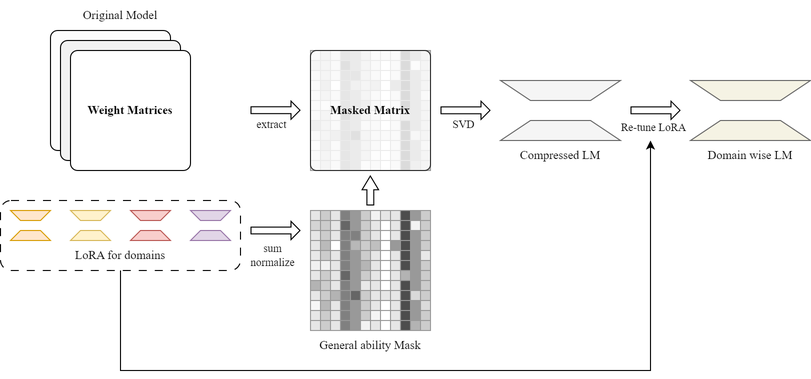
Above: docs/pic/algorithm.drawio.png in polarispw/MSBD5014-IP (draw.io), before the change. Source tidied: cells renumbered, new cells last; positions are measured from the earlier drawing's top-left corner, leaving out a move shared by most shapes.
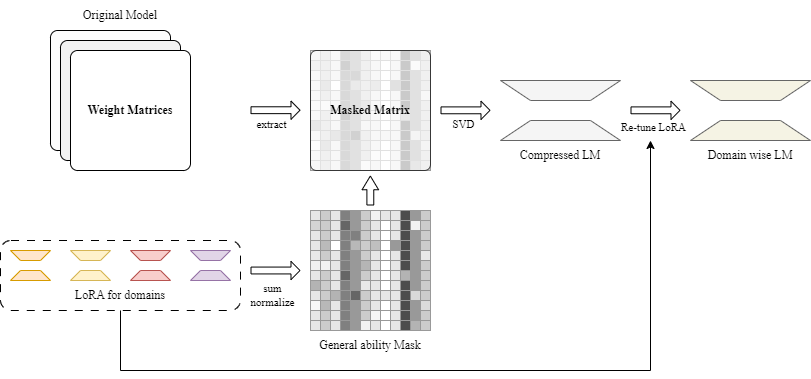
The same file after the commit.

The edit, as a diff of the source:
```diff
@@ -13,7 +13,7 @@
       </mxGeometry>
     </mxCell>
     <mxCell id="3" style="rounded=1;whiteSpace=wrap;html=1;dashed=1;dashPattern=8 8;fillColor=none;" parent="1" vertex="1">
-      <mxGeometry y="200" width="240" height="70" as="geometry" />
+      <mxGeometry y="240" width="240" height="70" as="geometry" />
     </mxCell>
     <mxCell id="4" style="group;" parent="1" vertex="1">
       <mxGeometry x="310" y="50" width="120" height="120" as="geometry" />
@@ -490,36 +490,36 @@
       <mxGeometry x="50" y="30" width="120" height="120" as="geometry" />
     </mxCell>
     <mxCell id="162" style="shape=trapezoid;perimeter=trapezoidPerimeter;whiteSpace=wrap;html=1;fixedSize=1;size=10;fillColor=#ffe6cc;strokeColor=#d79b00;" parent="1" vertex="1">
-      <mxGeometry x="10" y="230" width="40" height="10" as="geometry" />
+      <mxGeometry x="10" y="270" width="40" height="10" as="geometry" />
     </mxCell>
     <mxCell id="163" style="shape=trapezoid;perimeter=trapezoidPerimeter;whiteSpace=wrap;html=1;fixedSize=1;size=10;rotation=-180;fillColor=#ffe6cc;strokeColor=#d79b00;" parent="1" vertex="1">
-      <mxGeometry x="10" y="210" width="40" height="10" as="geometry" />
+      <mxGeometry x="10" y="250" width="40" height="10" as="geometry" />
     </mxCell>
     <mxCell id="164" style="shape=trapezoid;perimeter=trapezoidPerimeter;whiteSpace=wrap;html=1;fixedSize=1;size=10;fillColor=#fff2cc;strokeColor=#d6b656;" parent="1" vertex="1">
-      <mxGeometry x="70" y="230" width="40" height="10" as="geometry" />
+      <mxGeometry x="70" y="270" width="40" height="10" as="geometry" />
     </mxCell>
     <mxCell id="165" style="shape=trapezoid;perimeter=trapezoidPerimeter;whiteSpace=wrap;html=1;fixedSize=1;size=10;rotation=-180;fillColor=#fff2cc;strokeColor=#d6b656;" parent="1" vertex="1">
-      <mxGeometry x="70" y="210" width="40" height="10" as="geometry" />
+      <mxGeometry x="70" y="250" width="40" height="10" as="geometry" />
     </mxCell>
     <mxCell id="166" style="shape=trapezoid;perimeter=trapezoidPerimeter;whiteSpace=wrap;html=1;fixedSize=1;size=10;fillColor=#f8cecc;strokeColor=#b85450;" parent="1" vertex="1">
-      <mxGeometry x="130" y="230" width="40" height="10" as="geometry" />
+      <mxGeometry x="130" y="270" width="40" height="10" as="geometry" />
     </mxCell>
     <mxCell id="167" style="shape=trapezoid;perimeter=trapezoidPerimeter;whiteSpace=wrap;html=1;fixedSize=1;size=10;rotation=-180;fillColor=#f8cecc;strokeColor=#b85450;" parent="1" vertex="1">
-      <mxGeometry x="130" y="210" width="40" height="10" as="geometry" />
+      <mxGeometry x="130" y="250" width="40" height="10" as="geometry" />
     </mxCell>
     <mxCell id="168" style="shape=trapezoid;perimeter=trapezoidPerimeter;whiteSpace=wrap;html=1;fixedSize=1;size=10;fillColor=#e1d5e7;strokeColor=#9673a6;" parent="1" vertex="1">
-      <mxGeometry x="190" y="230" width="40" height="10" as="geometry" />
+      <mxGeometry x="190" y="270" width="40" height="10" as="geometry" />
     </mxCell>
     <mxCell id="169" style="shape=trapezoid;perimeter=trapezoidPerimeter;whiteSpace=wrap;html=1;fixedSize=1;size=10;rotation=-180;fillColor=#e1d5e7;strokeColor=#9673a6;" parent="1" vertex="1">
-      <mxGeometry x="190" y="210" width="40" height="10" as="geometry" />
+      <mxGeometry x="190" y="250" width="40" height="10" as="geometry" />
     </mxCell>
     <mxCell id="170" value="&lt;font face=&quot;Times New Roman&quot;&gt;LoRA for domains&lt;/font&gt;" style="text;html=1;strokeColor=none;fillColor=none;align=center;verticalAlign=middle;whiteSpace=wrap;rounded=0;" parent="1" vertex="1">
-      <mxGeometry x="60" y="240" width="120" height="30" as="geometry" />
+      <mxGeometry x="60" y="280" width="120" height="30" as="geometry" />
     </mxCell>
     <mxCell id="171" style="shape=flexArrow;endArrow=classic;html=1;rounded=0;width=6.857142857142857;endSize=2.6666666666666665;endWidth=10.380952380952381;" parent="1" edge="1">
       <mxGeometry relative="1" as="geometry">
-        <mxPoint x="250" y="230" as="sourcePoint" />
-        <mxPoint x="300" y="230" as="targetPoint" />
+        <mxPoint x="250" y="270" as="sourcePoint" />
+        <mxPoint x="300" y="270" as="targetPoint" />
       </mxGeometry>
     </mxCell>
     <mxCell id="172" value="&lt;font face=&quot;Times New Roman&quot;&gt;sum&lt;br&gt;normalize&lt;br&gt;&lt;/font&gt;" style="edgeLabel;html=1;align=center;verticalAlign=middle;" parent="171" vertex="1">
@@ -1009,7 +1009,7 @@
     <mxCell id="331" style="rounded=0;whiteSpace=wrap;html=1;strokeColor=#999999;fillColor=#CCCCCC;" parent="175" vertex="1">
       <mxGeometry x="110" y="110" width="10" height="10" as="geometry" />
     </mxCell>
-    <mxCell id="332" value="&lt;font face=&quot;Times New Roman&quot;&gt;&lt;b&gt;Masked Matrix&lt;/b&gt;&lt;/font&gt;" style="rounded=1;whiteSpace=wrap;html=1;arcSize=5;opacity=80;" parent="1" vertex="1">
+    <mxCell id="332" value="&lt;font face=&quot;Times New Roman&quot;&gt;&lt;b&gt;Masked Matrix&lt;/b&gt;&lt;/font&gt;" style="rounded=1;whiteSpace=wrap;html=1;arcSize=5;opacity=70;" parent="1" vertex="1">
       <mxGeometry x="310" y="50" width="120" height="120" as="geometry" />
     </mxCell>
     <mxCell id="333" value="&lt;font face=&quot;Times New Roman&quot;&gt;General ability Mask&lt;/font&gt;" style="text;html=1;strokeColor=none;fillColor=none;align=center;verticalAlign=middle;whiteSpace=wrap;rounded=0;" parent="1" vertex="1">
```
